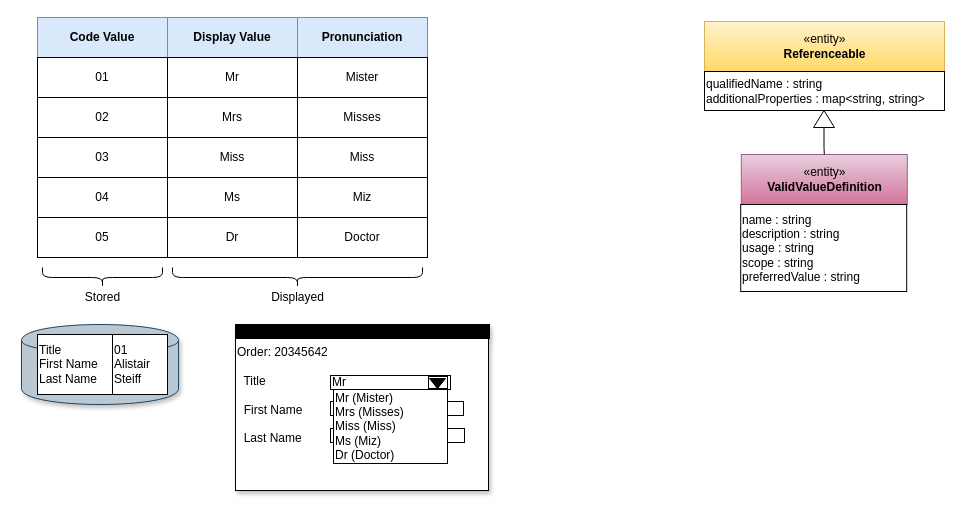
This is page "information-codes" (1 of 7) of site/docs/features/reference-data-management/reference-data-management.drawio from odpi/egeria-docs, a draw.io file, before an edit. Source tidied: cells renumbered, new cells numbered last; positions are measured from the earlier drawing's top-left corner, leaving out a move shared by most shapes. Both pictures are drawn from the tidied source at 100%, with x=0, y=0 at pixel (21, 17).
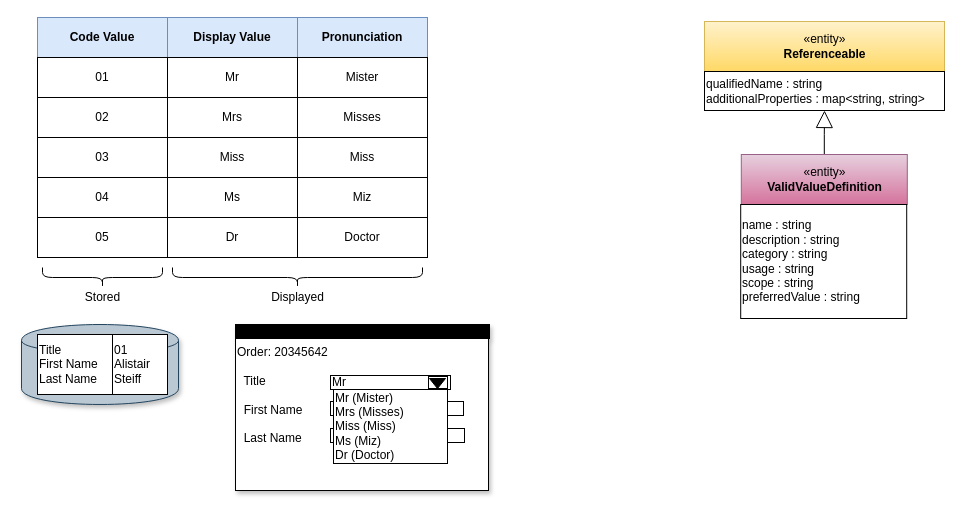
The same diagram, later.

Unchanged cells that the change refers to:
```xml
<mxCell id="36" value="qualifiedName : string&lt;br&gt;additionalProperties : map&amp;lt;string, string&amp;gt;&lt;br&gt;&lt;div style=&quot;text-align: left&quot;&gt;&lt;/div&gt;" style="rounded=0;whiteSpace=wrap;html=1;strokeColor=#000000;gradientColor=#ffffff;align=left;" parent="1" vertex="1">
  <mxGeometry x="683" y="54" width="240" height="39" as="geometry" />
</mxCell>
<mxCell id="37" value="«entity»&lt;br&gt;&lt;b&gt;ValidValueDefinition&lt;/b&gt;" style="html=1;strokeColor=#996185;align=center;fillColor=#e6d0de;gradientColor=#d5739d;" parent="1" vertex="1">
  <mxGeometry x="719.8" y="137" width="166" height="50" as="geometry" />
</mxCell>
```

Change to the diagram source:
```diff
@@
+    <mxCell id="41" style="edgeStyle=orthogonalEdgeStyle;rounded=0;jettySize=auto;html=1;exitX=0.5;exitY=0;exitDx=0;exitDy=0;endArrow=block;endFill=0;endSize=15;" parent="1" edge="1" source="37" target="36">
+      <mxGeometry relative="1" as="geometry" />
+    </mxCell>
@@
-    <mxCell id="38" style="edgeStyle=orthogonalEdgeStyle;rounded=0;html=1;endArrow=none;endFill=0;jettySize=auto;" parent="1" edge="1" source="40" target="37">
-      <mxGeometry relative="1" as="geometry" />
-    </mxCell>
-    <mxCell id="39" value="&lt;span&gt;name : string&lt;br&gt;&lt;/span&gt;&lt;span&gt;description : string&lt;/span&gt;&lt;br&gt;&lt;span&gt;usage : string&lt;/span&gt;&lt;br&gt;&lt;span&gt;scope : string&lt;br&gt;preferredValue : string&lt;br&gt;&lt;/span&gt;" style="rounded=0;whiteSpace=wrap;html=1;strokeColor=#000000;gradientColor=#ffffff;align=left;" parent="1" vertex="1">
-      <mxGeometry x="719.2" y="187" width="166" height="87" as="geometry" />
+    <mxCell id="39" value="&lt;span&gt;name : string&lt;br&gt;&lt;/span&gt;&lt;span&gt;description : string&lt;br&gt;&lt;/span&gt;category : string&lt;br&gt;&lt;span&gt;usage : string&lt;/span&gt;&lt;br&gt;&lt;span&gt;scope : string&lt;br&gt;preferredValue : string&lt;br&gt;&lt;/span&gt;" style="rounded=0;whiteSpace=wrap;html=1;strokeColor=#000000;gradientColor=#ffffff;align=left;" parent="1" vertex="1">
+      <mxGeometry x="719.2" y="187" width="166" height="114" as="geometry" />
     </mxCell>
-    <mxCell id="40" style="triangle;whiteSpace=wrap;html=1;strokeColor=#000000;gradientColor=#ffffff;align=center;rotation=-90;" parent="1" vertex="1">
-      <mxGeometry x="794" y="91" width="17" height="21" as="geometry" />
-    </mxCell>
```
